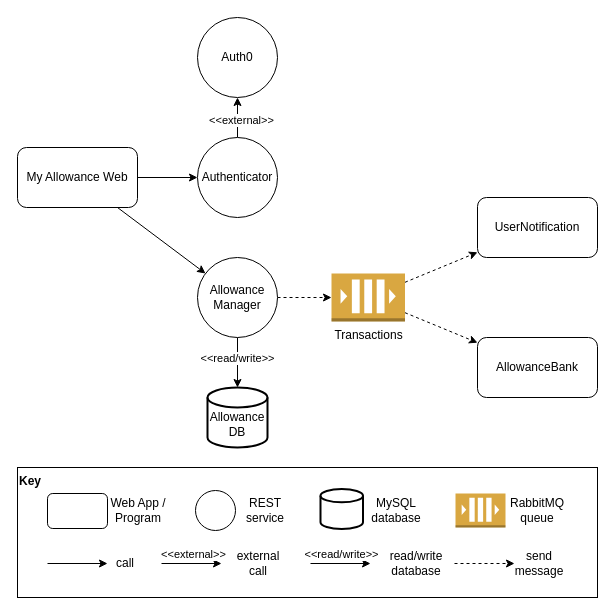
Earlier version of the draw.io diagram page "Q2" (1 of 2) of SW Architec A3.drawio (sunggooni/SW_Architect). Source tidied: cells renumbered, new cells numbered last; positions are measured from the earlier drawing's top-left corner, leaving out a move shared by most shapes. Both pictures are drawn from the tidied source at 100%, with x=0, y=0 at pixel (17, 17).
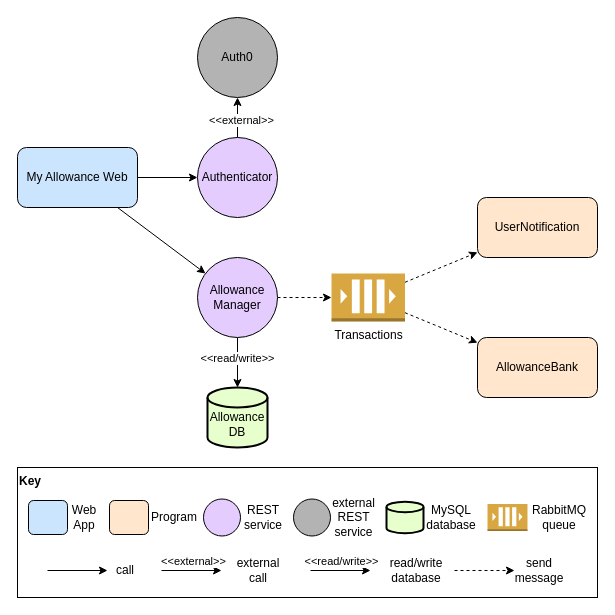
The same page after the edit.

Change to the diagram source:
```diff
@@
-    <mxCell id="2" value="My Allowance Web" style="rounded=1;whiteSpace=wrap;html=1;" parent="1" vertex="1">
+    <mxCell id="2" value="My Allowance Web" style="rounded=1;whiteSpace=wrap;html=1;fillColor=#CCE5FF;" parent="1" vertex="1">
       <mxGeometry y="130" width="120" height="60" as="geometry" />
     </mxCell>
@@
-    <mxCell id="5" value="Authenticator" style="ellipse;whiteSpace=wrap;html=1;" parent="1" vertex="1">
+    <mxCell id="5" value="Authenticator" style="ellipse;whiteSpace=wrap;html=1;fillColor=#E5CCFF;" parent="1" vertex="1">
       <mxGeometry x="180" y="120" width="80" height="80" as="geometry" />
     </mxCell>
@@
-    <mxCell id="9" value="Allowance&lt;br&gt;Manager" style="ellipse;whiteSpace=wrap;html=1;" parent="1" vertex="1">
+    <mxCell id="9" value="Allowance&lt;br&gt;Manager" style="ellipse;whiteSpace=wrap;html=1;fillColor=#E5CCFF;" parent="1" vertex="1">
       <mxGeometry x="180" y="240" width="80" height="80" as="geometry" />
     </mxCell>
@@
-    <mxCell id="13" value="Auth0" style="ellipse;whiteSpace=wrap;html=1;" parent="1" vertex="1">
+    <mxCell id="13" value="Auth0" style="ellipse;whiteSpace=wrap;html=1;fillColor=#B3B3B3;" parent="1" vertex="1">
       <mxGeometry x="180" width="80" height="80" as="geometry" />
     </mxCell>
-    <mxCell id="14" value="&lt;br&gt;Allowance&lt;br&gt;DB" style="strokeWidth=2;html=1;shape=mxgraph.flowchart.database;whiteSpace=wrap;" parent="1" vertex="1">
+    <mxCell id="14" value="&lt;br&gt;Allowance&lt;br&gt;DB" style="strokeWidth=2;html=1;shape=mxgraph.flowchart.database;whiteSpace=wrap;fillColor=#E6FFCC;" parent="1" vertex="1">
       <mxGeometry x="190" y="370" width="60" height="60" as="geometry" />
     </mxCell>
-    <mxCell id="15" value="UserNotification" style="rounded=1;whiteSpace=wrap;html=1;" parent="1" vertex="1">
+    <mxCell id="15" value="UserNotification" style="rounded=1;whiteSpace=wrap;html=1;fillColor=#FFE6CC;" parent="1" vertex="1">
       <mxGeometry x="460" y="180" width="120" height="60" as="geometry" />
     </mxCell>
-    <mxCell id="16" value="AllowanceBank" style="rounded=1;whiteSpace=wrap;html=1;" parent="1" vertex="1">
+    <mxCell id="16" value="AllowanceBank" style="rounded=1;whiteSpace=wrap;html=1;fillColor=#FFE6CC;" parent="1" vertex="1">
       <mxGeometry x="460" y="320" width="120" height="60" as="geometry" />
     </mxCell>
@@
-    <mxCell id="20" style="rounded=1;whiteSpace=wrap;html=1;" parent="1" vertex="1">
-      <mxGeometry x="30" y="476" width="60" height="35" as="geometry" />
+    <mxCell id="20" style="rounded=1;whiteSpace=wrap;html=1;fillColor=#CCE5FF;" parent="1" vertex="1">
+      <mxGeometry x="11" y="483" width="39" height="34" as="geometry" />
     </mxCell>
-    <mxCell id="21" value="Web App / Program" style="text;html=1;strokeColor=none;fillColor=none;align=center;verticalAlign=middle;whiteSpace=wrap;rounded=0;" parent="1" vertex="1">
-      <mxGeometry x="91" y="477.5" width="60" height="30" as="geometry" />
+    <mxCell id="21" value="Web&lt;br&gt;App" style="text;html=1;strokeColor=none;fillColor=none;align=center;verticalAlign=middle;whiteSpace=wrap;rounded=0;" parent="1" vertex="1">
+      <mxGeometry x="48" y="485" width="38" height="30" as="geometry" />
     </mxCell>
-    <mxCell id="22" style="ellipse;whiteSpace=wrap;html=1;" parent="1" vertex="1">
-      <mxGeometry x="178" y="473" width="40" height="40" as="geometry" />
+    <mxCell id="22" style="ellipse;whiteSpace=wrap;html=1;fillColor=#E5CCFF;" parent="1" vertex="1">
+      <mxGeometry x="186" y="481.5" width="37" height="37" as="geometry" />
     </mxCell>
     <mxCell id="23" value="REST service" style="text;html=1;strokeColor=none;fillColor=none;align=center;verticalAlign=middle;whiteSpace=wrap;rounded=0;" parent="1" vertex="1">
-      <mxGeometry x="218" y="477.5" width="60" height="30" as="geometry" />
+      <mxGeometry x="216" y="485" width="60" height="30" as="geometry" />
     </mxCell>
-    <mxCell id="24" style="strokeWidth=2;html=1;shape=mxgraph.flowchart.database;whiteSpace=wrap;" parent="1" vertex="1">
-      <mxGeometry x="303" y="471.5" width="42.5" height="40" as="geometry" />
+    <mxCell id="24" style="strokeWidth=2;html=1;shape=mxgraph.flowchart.database;whiteSpace=wrap;fillColor=#E6FFCC;" parent="1" vertex="1">
+      <mxGeometry x="369" y="484.2" width="37" height="31.5" as="geometry" />
     </mxCell>
     <mxCell id="25" value="MySQL database" style="text;html=1;strokeColor=none;fillColor=none;align=center;verticalAlign=middle;whiteSpace=wrap;rounded=0;" parent="1" vertex="1">
-      <mxGeometry x="349" y="477.5" width="60" height="30" as="geometry" />
+      <mxGeometry x="404" y="485" width="60" height="30" as="geometry" />
     </mxCell>
     <mxCell id="26" style="dashed=0;verticalLabelPosition=bottom;verticalAlign=top;align=center;html=1;shape=mxgraph.aws3.queue;fillColor=#D9A741;gradientColor=none;" parent="1" vertex="1">
-      <mxGeometry x="438" y="476" width="50" height="34" as="geometry" />
+      <mxGeometry x="470" y="486.5" width="40" height="27" as="geometry" />
     </mxCell>
     <mxCell id="27" value="RabbitMQ queue" style="text;html=1;strokeColor=none;fillColor=none;align=center;verticalAlign=middle;whiteSpace=wrap;rounded=0;" parent="1" vertex="1">
-      <mxGeometry x="490" y="477.5" width="60" height="30" as="geometry" />
+      <mxGeometry x="512" y="485" width="60" height="30" as="geometry" />
     </mxCell>
     <mxCell id="28" style="endArrow=classic;html=1;rounded=0;" parent="1" edge="1">
       <mxGeometry relative="1" as="geometry">
-        <mxPoint x="30" y="546" as="sourcePoint" />
-        <mxPoint x="90" y="546" as="targetPoint" />
+        <mxPoint x="30" y="553" as="sourcePoint" />
+        <mxPoint x="90" y="553" as="targetPoint" />
       </mxGeometry>
     </mxCell>
     <mxCell id="29" value="call" style="text;html=1;strokeColor=none;fillColor=none;align=center;verticalAlign=middle;whiteSpace=wrap;rounded=0;" parent="1" vertex="1">
-      <mxGeometry x="78" y="531" width="60" height="30" as="geometry" />
+      <mxGeometry x="78" y="538" width="60" height="30" as="geometry" />
     </mxCell>
     <mxCell id="30" style="endArrow=classic;html=1;rounded=0;" parent="1" edge="1">
       <mxGeometry relative="1" as="geometry">
-        <mxPoint x="144" y="546" as="sourcePoint" />
-        <mxPoint x="204" y="546" as="targetPoint" />
+        <mxPoint x="144" y="553" as="sourcePoint" />
+        <mxPoint x="204" y="553" as="targetPoint" />
       </mxGeometry>
     </mxCell>
@@
     <mxCell id="32" value="external call" style="text;html=1;strokeColor=none;fillColor=none;align=center;verticalAlign=middle;whiteSpace=wrap;rounded=0;" parent="1" vertex="1">
-      <mxGeometry x="211" y="531" width="60" height="30" as="geometry" />
+      <mxGeometry x="211" y="538" width="60" height="30" as="geometry" />
     </mxCell>
     <mxCell id="33" style="endArrow=classic;html=1;rounded=0;dashed=1;" parent="1" edge="1">
       <mxGeometry relative="1" as="geometry">
-        <mxPoint x="437" y="546" as="sourcePoint" />
-        <mxPoint x="497" y="546" as="targetPoint" />
+        <mxPoint x="437" y="553" as="sourcePoint" />
+        <mxPoint x="497" y="553" as="targetPoint" />
       </mxGeometry>
     </mxCell>
     <mxCell id="34" value="send message" style="text;html=1;strokeColor=none;fillColor=none;align=center;verticalAlign=middle;whiteSpace=wrap;rounded=0;" parent="1" vertex="1">
-      <mxGeometry x="492" y="531" width="60" height="30" as="geometry" />
+      <mxGeometry x="492" y="538" width="60" height="30" as="geometry" />
     </mxCell>
     <mxCell id="35" style="endArrow=classic;html=1;rounded=0;" parent="1" edge="1">
       <mxGeometry relative="1" as="geometry">
-        <mxPoint x="293" y="546" as="sourcePoint" />
-        <mxPoint x="353" y="546" as="targetPoint" />
+        <mxPoint x="293" y="553" as="sourcePoint" />
+        <mxPoint x="353" y="553" as="targetPoint" />
       </mxGeometry>
     </mxCell>
@@
     <mxCell id="37" value="read/write database" style="text;html=1;strokeColor=none;fillColor=none;align=center;verticalAlign=middle;whiteSpace=wrap;rounded=0;" parent="1" vertex="1">
-      <mxGeometry x="369" y="531" width="60" height="30" as="geometry" />
+      <mxGeometry x="369" y="538" width="60" height="30" as="geometry" />
     </mxCell>
+    <mxCell id="38" style="ellipse;whiteSpace=wrap;html=1;fillColor=#B3B3B3;" parent="1" vertex="1">
+      <mxGeometry x="276" y="481.5" width="37" height="37" as="geometry" />
+    </mxCell>
+    <mxCell id="39" value="external&lt;br&gt;REST service" style="text;html=1;strokeColor=none;fillColor=none;align=center;verticalAlign=middle;whiteSpace=wrap;rounded=0;" parent="1" vertex="1">
+      <mxGeometry x="302" y="485" width="69" height="30" as="geometry" />
+    </mxCell>
+    <mxCell id="40" style="rounded=1;whiteSpace=wrap;html=1;fillColor=#FFE6CC;" parent="1" vertex="1">
+      <mxGeometry x="92" y="483" width="39" height="34" as="geometry" />
+    </mxCell>
+    <mxCell id="41" value="Program" style="text;html=1;strokeColor=none;fillColor=none;align=center;verticalAlign=middle;whiteSpace=wrap;rounded=0;" parent="1" vertex="1">
+      <mxGeometry x="127" y="485" width="60" height="30" as="geometry" />
+    </mxCell>
```
